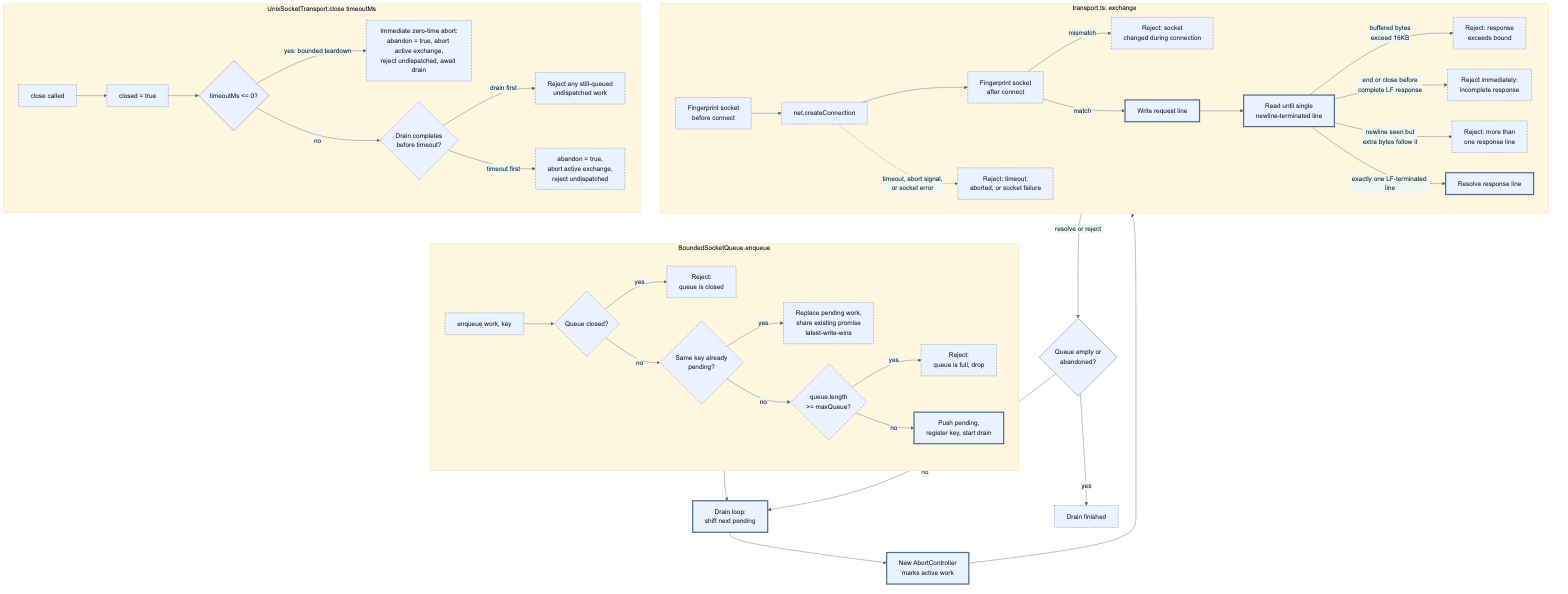
The Mermaid diagram docs/diagram/transport-state.png in spi-ca/pi-cmux-presence, before a commit. Its source is kept beside it as docs/diagram/transport-state.mmd.
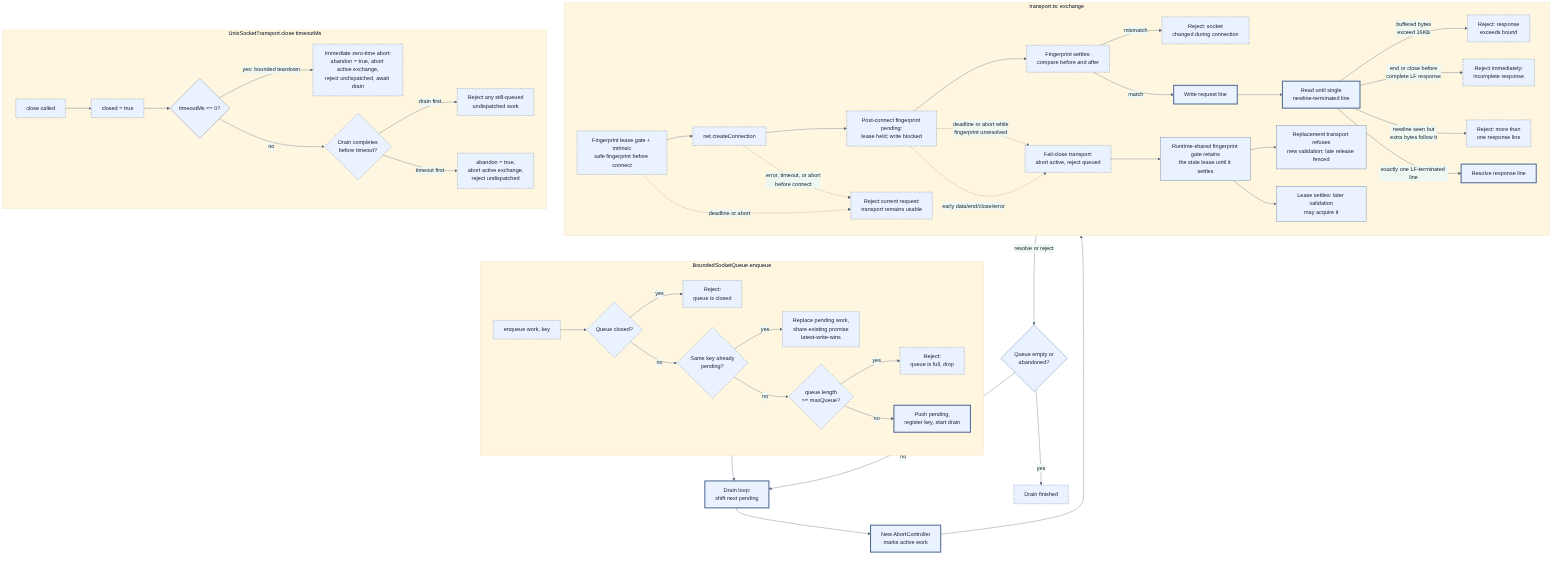
After the change.

What changed in the source:
```diff
@@ -23,8 +23,9 @@
 
   subgraph Exchange[transport.ts: exchange]
     direction LR
-    Before[Fingerprint socket<br/>before connect] --> Connect[net.createConnection]
-    Connect --> After[Fingerprint socket<br/>after connect]
+    Before[Fingerprint lease gate + intrinsic<br/>safe fingerprint before connect] --> Connect[net.createConnection]
+    Connect --> Pending[Post-connect fingerprint pending:<br/>lease held; write blocked]
+    Pending --> After[Fingerprint settles:<br/>compare before and after]
     After -->|mismatch| Changed[Reject: socket<br/>changed during connection]
     After -->|match| Write[Write request line]
     Write --> Read[Read until single<br/>newline-terminated line]
@@ -32,7 +33,13 @@
     Read -->|end or close before<br/>complete LF response| Incomplete[Reject immediately:<br/>incomplete response]
     Read -->|newline seen but<br/>extra bytes follow it| MultiLine[Reject: more than<br/>one response line]
     Read -->|exactly one LF-terminated line| Ok[Resolve response line]
-    Connect -.timeout, abort signal,<br/>or socket error.-> Failed[Reject: timeout,<br/>aborted, or socket failure]
+    Before -.deadline or abort.-> Failed[Reject current request:<br/>transport remains usable]
+    Connect -.error, timeout, or abort<br/>before connect.-> Failed
+    Pending -.deadline or abort while<br/>fingerprint unresolved.-> Poison[Fail-close transport:<br/>abort active, reject queued]
+    Pending -.early data/end/close/error.-> Poison
+    Poison --> Held[Runtime-shared fingerprint gate retains<br/>the stale lease until it settles]
+    Held --> Refuse[Replacement transport refuses<br/>new validation; late release fenced]
+    Held --> Release[Lease settles: later validation<br/>may acquire it]
   end
 
   subgraph CloseLifecycle[UnixSocketTransport.close timeoutMs]
@@ -46,5 +53,5 @@
   end
 
   class Push,Drain,Active,Write,Read,Ok core
-  class Enqueue,Closed,Coalesce,Merge,Bound,Before,Connect,After,CloseCall,MarkClosed,Race boundary
-  class RejectClosed,RejectFull,Changed,TooLarge,Incomplete,MultiLine,Failed,ImmediateAbort,Abandon,Settled,Idle boundary
+  class Enqueue,Closed,Coalesce,Merge,Bound,Before,Connect,Pending,After,CloseCall,MarkClosed,Race boundary
+  class RejectClosed,RejectFull,Changed,TooLarge,Incomplete,MultiLine,Failed,Poison,ImmediateAbort,Abandon,Settled,Idle boundary
```
